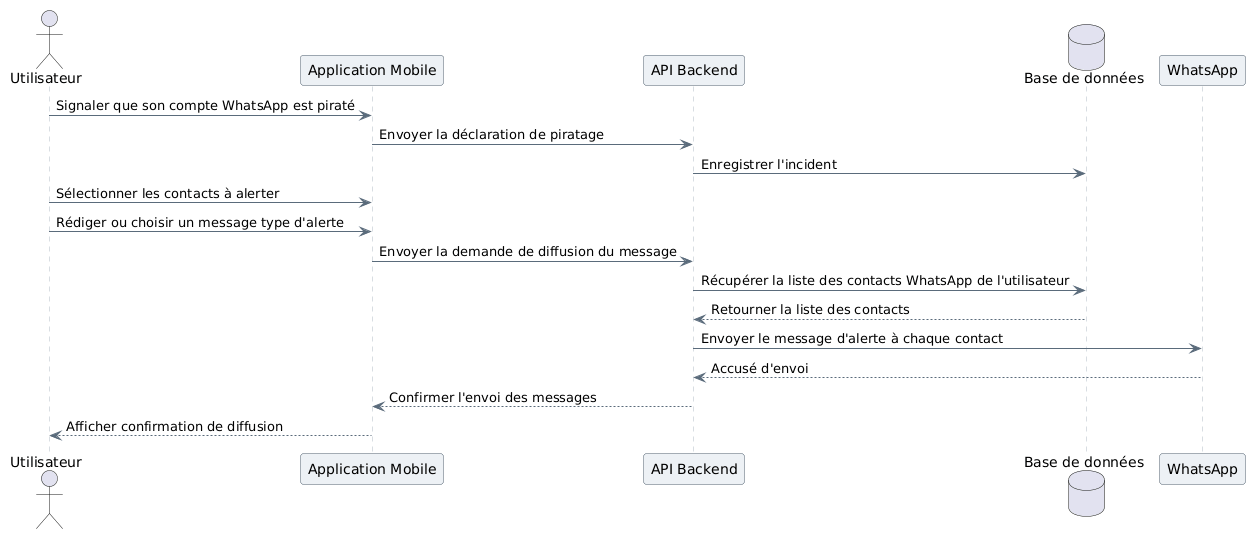
The PlantUML diagram Diagrammes/Diagrammes de Séquence/Envoyer un message d'alerte WhatsApp.png in kwismo-support/Kwismo, before a commit.
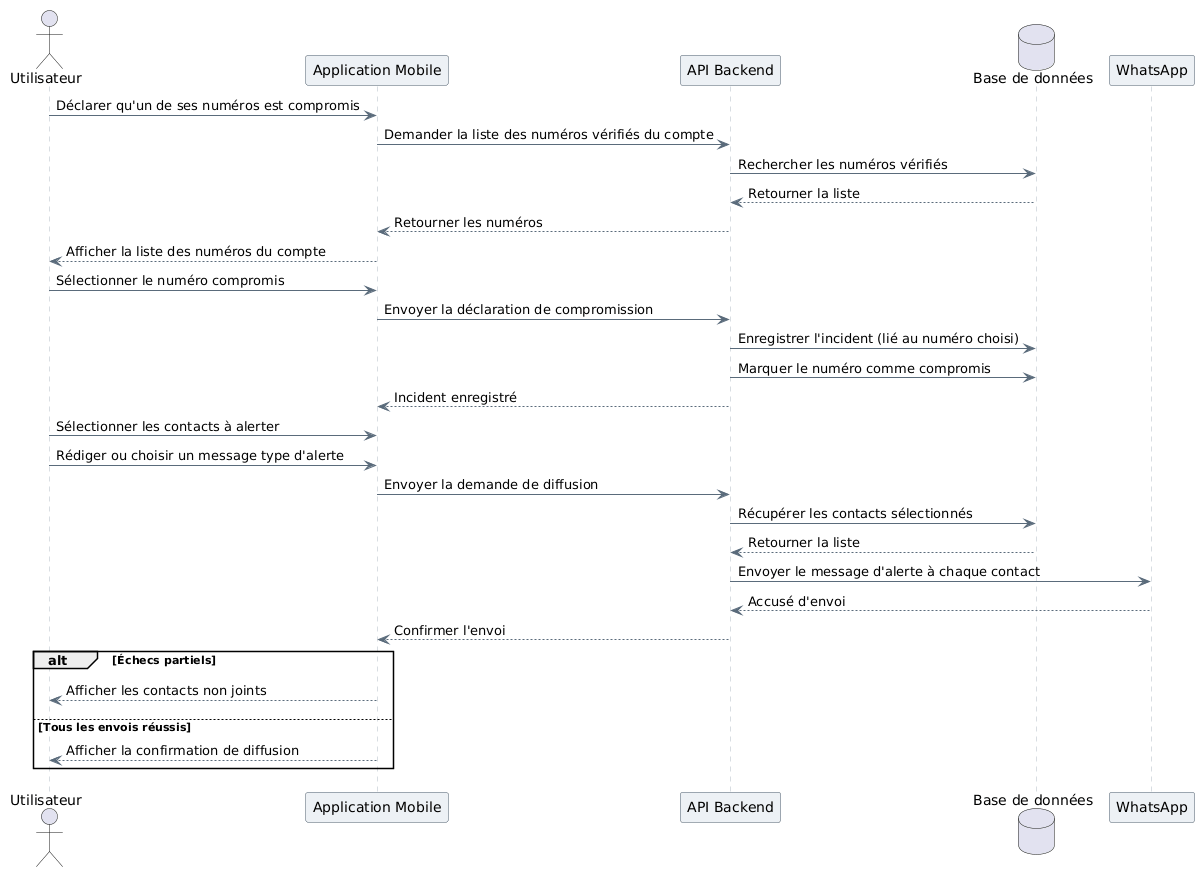
Above is the later version.

Diff of the diagram source:
```diff
@@ -13,16 +13,31 @@
 database "Base de données" as BD
 participant "WhatsApp" as WA
 
-Utilisateur -> App : Signaler que son compte WhatsApp est piraté
-App -> API : Envoyer la déclaration de piratage
-API -> BD : Enregistrer l'incident
+Utilisateur -> App : Déclarer qu'un de ses numéros est compromis
+App -> API : Demander la liste des numéros vérifiés du compte
+API -> BD : Rechercher les numéros vérifiés
+BD --> API : Retourner la liste
+API --> App : Retourner les numéros
+App --> Utilisateur : Afficher la liste des numéros du compte
+
+Utilisateur -> App : Sélectionner le numéro compromis
+App -> API : Envoyer la déclaration de compromission
+API -> BD : Enregistrer l'incident (lié au numéro choisi)
+API -> BD : Marquer le numéro comme compromis
+API --> App : Incident enregistré
+
 Utilisateur -> App : Sélectionner les contacts à alerter
 Utilisateur -> App : Rédiger ou choisir un message type d'alerte
-App -> API : Envoyer la demande de diffusion du message
-API -> BD : Récupérer la liste des contacts WhatsApp de l'utilisateur
-BD --> API : Retourner la liste des contacts
+App -> API : Envoyer la demande de diffusion
+API -> BD : Récupérer les contacts sélectionnés
+BD --> API : Retourner la liste
 API -> WA : Envoyer le message d'alerte à chaque contact
 WA --> API : Accusé d'envoi
-API --> App : Confirmer l'envoi des messages
-App --> Utilisateur : Afficher confirmation de diffusion
+API --> App : Confirmer l'envoi
+
+alt Échecs partiels
+  App --> Utilisateur : Afficher les contacts non joints
+else Tous les envois réussis
+  App --> Utilisateur : Afficher la confirmation de diffusion
+end
 @enduml
```
